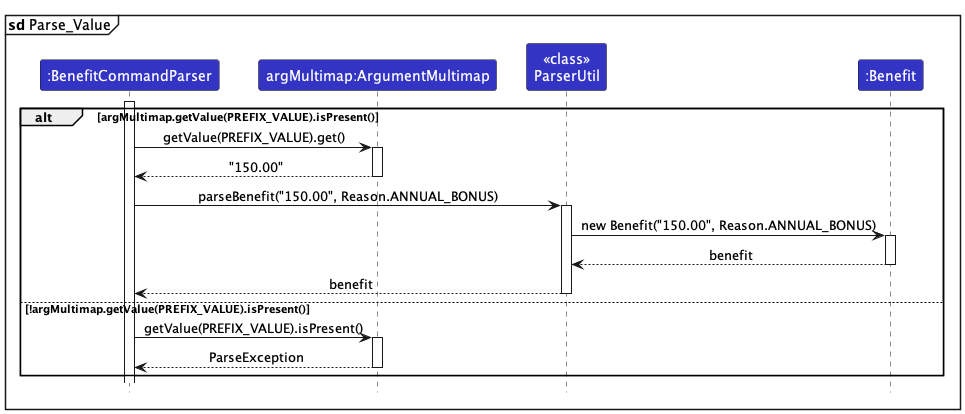
Above: docs/images/ParseBenefitCommandValueSequenceDiagram.png in nus-cs2103-AY2324S1/tp (PlantUML), before the change.
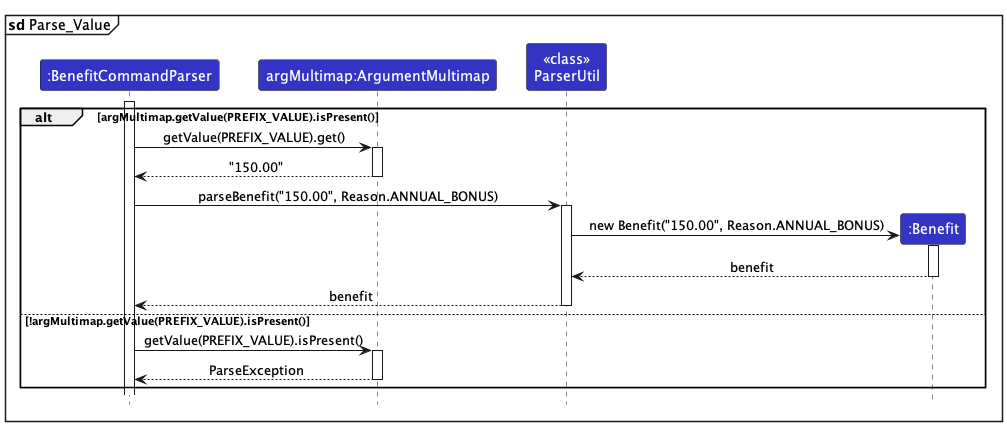
The same diagram one commit later.

What changed in the source:
```diff
@@ -18,6 +18,7 @@
     deactivate ArgMultimap
     BenefitCommandParser -> ParserUtil : parseBenefit("150.00", Reason.ANNUAL_BONUS)
     activate ParserUtil
+    create Benefit
     ParserUtil -> Benefit : new Benefit("150.00", Reason.ANNUAL_BONUS)
     activate Benefit
     Benefit --> ParserUtil : benefit
```
